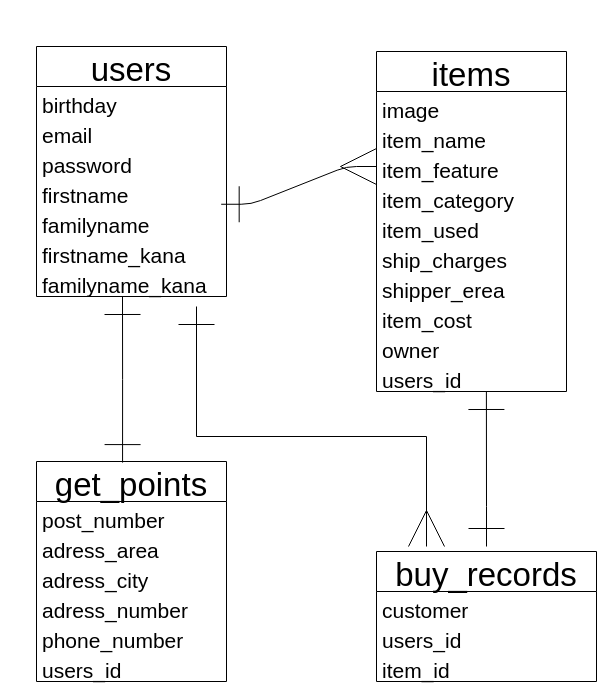
saatoshi/furima-34313 keeps this draw.io diagram as test.drawio. Above is the earlier version. Source tidied: cells renumbered, new cells numbered last; positions are measured from the earlier drawing's top-left corner, leaving out a move shared by most shapes. Both pictures are drawn from the tidied source at 100%, with x=0, y=0 at pixel (36, 46).
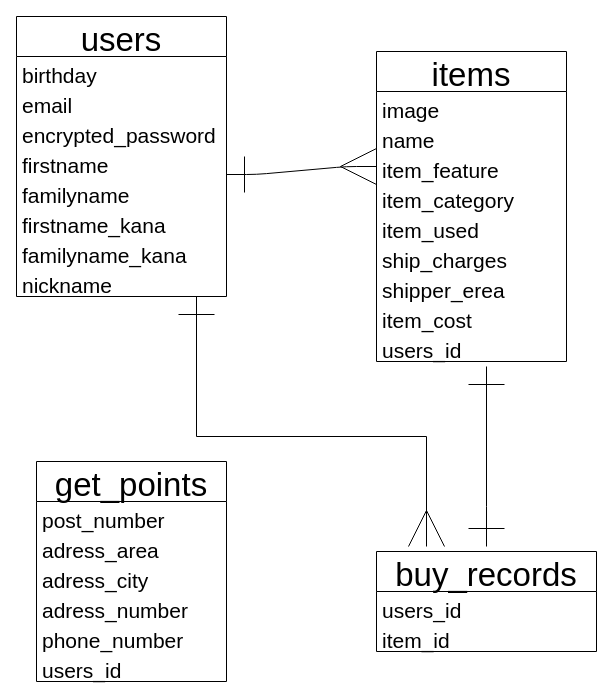
Above is the later version.

The change refers to these unchanged cells:
```xml
<mxCell id="13" value="item_feature" style="text;strokeColor=none;fillColor=none;spacingLeft=4;spacingRight=4;overflow=hidden;points=[[0,0.5],[1,0.5]];portConstraint=eastwest;fontSize=21;" parent="10" vertex="1">
  <mxGeometry y="100" width="190" height="30" as="geometry" />
</mxCell>
<mxCell id="26" value="get_points" style="swimlane;fontStyle=0;horizontal=1;startSize=40;align=center;fontSize=33;verticalAlign=bottom;" parent="1" vertex="1">
  <mxGeometry y="415" width="190" height="220" as="geometry" />
</mxCell>
```

Diff of the diagram source:
```diff
@@
     <mxCell id="2" value="users" style="swimlane;fontStyle=0;horizontal=1;startSize=40;align=center;fontSize=33;verticalAlign=bottom;" parent="1" vertex="1">
-      <mxGeometry width="190" height="250" as="geometry" />
+      <mxGeometry x="-20" y="-30" width="210" height="280" as="geometry" />
     </mxCell>
     <mxCell id="3" value="birthday" style="text;strokeColor=none;fillColor=none;spacingLeft=4;spacingRight=4;overflow=hidden;fontSize=21;" parent="2" vertex="1">
-      <mxGeometry y="40" width="190" height="30" as="geometry" />
+      <mxGeometry y="40" width="210" height="30" as="geometry" />
     </mxCell>
     <mxCell id="4" value="email" style="text;strokeColor=none;fillColor=none;spacingLeft=4;spacingRight=4;overflow=hidden;fontSize=21;" parent="2" vertex="1">
-      <mxGeometry y="70" width="190" height="30" as="geometry" />
+      <mxGeometry y="70" width="210" height="30" as="geometry" />
     </mxCell>
-    <mxCell id="5" value="password" style="text;strokeColor=none;fillColor=none;spacingLeft=4;spacingRight=4;overflow=hidden;fontSize=21;" parent="2" vertex="1">
-      <mxGeometry y="100" width="190" height="30" as="geometry" />
+    <mxCell id="5" value="encrypted_password" style="text;strokeColor=none;fillColor=none;spacingLeft=4;spacingRight=4;overflow=hidden;fontSize=21;" parent="2" vertex="1">
+      <mxGeometry y="100" width="210" height="30" as="geometry" />
     </mxCell>
     <mxCell id="6" value="firstname" style="text;strokeColor=none;fillColor=none;spacingLeft=4;spacingRight=4;overflow=hidden;fontSize=21;" parent="2" vertex="1">
-      <mxGeometry y="130" width="190" height="30" as="geometry" />
+      <mxGeometry y="130" width="210" height="30" as="geometry" />
     </mxCell>
     <mxCell id="7" value="familyname" style="text;strokeColor=none;fillColor=none;spacingLeft=4;spacingRight=4;overflow=hidden;points=[[0,0.5],[1,0.5]];portConstraint=eastwest;fontSize=21;" parent="2" vertex="1">
-      <mxGeometry y="160" width="190" height="30" as="geometry" />
+      <mxGeometry y="160" width="210" height="30" as="geometry" />
     </mxCell>
     <mxCell id="8" value="firstname_kana" style="text;strokeColor=none;fillColor=none;spacingLeft=4;spacingRight=4;overflow=hidden;fontSize=21;" parent="2" vertex="1">
-      <mxGeometry y="190" width="190" height="30" as="geometry" />
+      <mxGeometry y="190" width="210" height="30" as="geometry" />
     </mxCell>
+    <mxCell id="36" value="familyname_kana" style="text;strokeColor=none;fillColor=none;spacingLeft=4;spacingRight=4;overflow=hidden;fontSize=21;" parent="2" vertex="1">
+      <mxGeometry y="220" width="210" height="30" as="geometry" />
+    </mxCell>
-    <mxCell id="9" value="familyname_kana" style="text;strokeColor=none;fillColor=none;spacingLeft=4;spacingRight=4;overflow=hidden;fontSize=21;" parent="2" vertex="1">
-      <mxGeometry y="220" width="190" height="30" as="geometry" />
+    <mxCell id="9" value="nickname" style="text;strokeColor=none;fillColor=none;spacingLeft=4;spacingRight=4;overflow=hidden;fontSize=21;" parent="2" vertex="1">
+      <mxGeometry y="250" width="210" height="30" as="geometry" />
     </mxCell>
     <mxCell id="10" value="items" style="swimlane;fontStyle=0;horizontal=1;startSize=40;align=center;fontSize=33;verticalAlign=bottom;" parent="1" vertex="1">
-      <mxGeometry x="340" y="5" width="190" height="340" as="geometry" />
+      <mxGeometry x="340" y="5" width="190" height="310" as="geometry" />
     </mxCell>
@@
-    <mxCell id="12" value="item_name" style="text;strokeColor=none;fillColor=none;spacingLeft=4;spacingRight=4;overflow=hidden;fontSize=21;" parent="10" vertex="1">
+    <mxCell id="12" value="name" style="text;strokeColor=none;fillColor=none;spacingLeft=4;spacingRight=4;overflow=hidden;fontSize=21;" parent="10" vertex="1">
       <mxGeometry y="70" width="190" height="30" as="geometry" />
     </mxCell>
@@
-    <mxCell id="19" value="owner" style="text;strokeColor=none;fillColor=none;spacingLeft=4;spacingRight=4;overflow=hidden;fontSize=21;" parent="10" vertex="1">
-      <mxGeometry y="280" width="190" height="30" as="geometry" />
-    </mxCell>
     <mxCell id="20" value="users_id" style="text;strokeColor=none;fillColor=none;spacingLeft=4;spacingRight=4;overflow=hidden;fontSize=21;" parent="10" vertex="1">
-      <mxGeometry y="310" width="190" height="30" as="geometry" />
+      <mxGeometry y="280" width="190" height="30" as="geometry" />
     </mxCell>
-    <mxCell id="21" style="edgeStyle=entityRelationEdgeStyle;fontSize=12;html=1;endArrow=ERmany;startArrow=ERone;exitX=0.972;exitY=-0.075;exitDx=0;exitDy=0;entryX=0;entryY=0.5;entryDx=0;entryDy=0;endSize=34;startFill=0;endFill=0;startSize=34;exitPerimeter=0;" parent="1" edge="1" source="7" target="13">
-      <mxGeometry relative="1" as="geometry" />
+    <mxCell id="21" style="edgeStyle=entityRelationEdgeStyle;fontSize=12;html=1;endArrow=ERmany;startArrow=ERone;entryX=0;entryY=0.5;entryDx=0;entryDy=0;endSize=34;startFill=0;endFill=0;startSize=34;" parent="1" edge="1" target="13">
+      <mxGeometry relative="1" as="geometry">
+        <mxPoint x="190" y="128" as="sourcePoint" />
+      </mxGeometry>
     </mxCell>
     <mxCell id="22" value="buy_records" style="swimlane;fontStyle=0;horizontal=1;startSize=40;align=center;fontSize=33;verticalAlign=bottom;" parent="1" vertex="1">
-      <mxGeometry x="340" y="505" width="220" height="130" as="geometry" />
+      <mxGeometry x="340" y="505" width="220" height="100" as="geometry" />
     </mxCell>
-    <mxCell id="23" value="customer" style="text;strokeColor=none;fillColor=none;spacingLeft=4;spacingRight=4;overflow=hidden;fontSize=21;" parent="22" vertex="1">
-      <mxGeometry y="40" width="220" height="30" as="geometry" />
-    </mxCell>
     <mxCell id="24" value="users_id" style="text;strokeColor=none;fillColor=none;spacingLeft=4;spacingRight=4;overflow=hidden;fontSize=21;" parent="22" vertex="1">
-      <mxGeometry y="70" width="220" height="30" as="geometry" />
+      <mxGeometry y="40" width="220" height="30" as="geometry" />
     </mxCell>
     <mxCell id="25" value="item_id" style="text;strokeColor=none;fillColor=none;spacingLeft=4;spacingRight=4;overflow=hidden;fontSize=21;" parent="22" vertex="1">
-      <mxGeometry y="100" width="220" height="30" as="geometry" />
+      <mxGeometry y="70" width="220" height="30" as="geometry" />
     </mxCell>
@@
-    <mxCell id="33" style="edgeStyle=orthogonalEdgeStyle;rounded=0;jettySize=auto;html=1;startArrow=ERone;startFill=0;startSize=34;endArrow=ERone;endFill=0;endSize=34;fontSize=33;exitX=0.453;exitY=0.005;exitDx=0;exitDy=0;exitPerimeter=0;" parent="1" edge="1" source="26">
-      <mxGeometry relative="1" as="geometry">
-        <mxPoint x="86" y="250" as="targetPoint" />
-      </mxGeometry>
-    </mxCell>
     <mxCell id="34" style="edgeStyle=orthogonalEdgeStyle;rounded=0;orthogonalLoop=1;jettySize=auto;html=1;startArrow=ERmany;startFill=0;startSize=34;endArrow=ERone;endFill=0;endSize=34;fontSize=33;" parent="1" edge="1">
       <mxGeometry relative="1" as="geometry">
         <mxPoint x="390" y="500" as="sourcePoint" />
-        <mxPoint x="160" y="260" as="targetPoint" />
+        <mxPoint x="160" y="250" as="targetPoint" />
         <Array as="points">
           <mxPoint x="390" y="390" />
           <mxPoint x="160" y="390" />
         </Array>
       </mxGeometry>
     </mxCell>
     <mxCell id="35" style="edgeStyle=orthogonalEdgeStyle;rounded=0;orthogonalLoop=1;jettySize=auto;html=1;startArrow=ERone;startFill=0;startSize=34;endArrow=ERone;endFill=0;endSize=34;fontSize=33;" parent="1" edge="1">
       <mxGeometry relative="1" as="geometry">
         <mxPoint x="450" y="500" as="sourcePoint" />
-        <mxPoint x="449.9" y="345" as="targetPoint" />
+        <mxPoint x="450" y="320" as="targetPoint" />
         <Array as="points">
           <mxPoint x="450" y="460" />
           <mxPoint x="450" y="460" />
         </Array>
       </mxGeometry>
     </mxCell>
```
